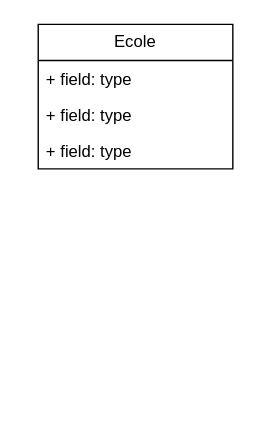
The draw.io diagram gestion_ecole.drawio in johandeschamps/gestion_ecole, before the edit. Source tidied: cells renumbered, new cells numbered last; positions are measured from the earlier drawing's top-left corner, leaving out a move shared by most shapes. Both pictures are drawn from the tidied source at 139%, with x=0, y=0 at pixel (38, 24).
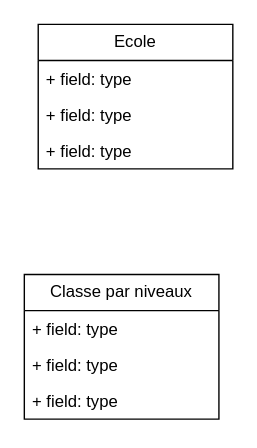
The same page after the edit.

Commit message (it also covers changes not shown here):
Mettre à jour gestion_ecole.drawio

What changed in the source:
```diff
@@
 <mxGraphModel>
   <root>
     <mxCell id="0" />
     <mxCell id="1" parent="0" />
     <mxCell id="2" value="Ecole" style="swimlane;fontStyle=0;horizontal=1;startSize=26;fillColor=none;whiteSpace=wrap;html=1;" parent="1" vertex="1">
       <mxGeometry width="140" height="104" as="geometry" />
     </mxCell>
     <mxCell id="3" value="+ field: type" style="text;strokeColor=none;fillColor=none;align=left;verticalAlign=top;spacingLeft=4;spacingRight=4;overflow=hidden;whiteSpace=wrap;html=1;" parent="2" vertex="1">
       <mxGeometry y="26" width="140" height="26" as="geometry" />
     </mxCell>
     <mxCell id="4" value="+ field: type" style="text;strokeColor=none;fillColor=none;align=left;verticalAlign=top;spacingLeft=4;spacingRight=4;overflow=hidden;whiteSpace=wrap;html=1;" parent="2" vertex="1">
       <mxGeometry y="52" width="140" height="26" as="geometry" />
     </mxCell>
     <mxCell id="5" value="+ field: type" style="text;strokeColor=none;fillColor=none;align=left;verticalAlign=top;spacingLeft=4;spacingRight=4;overflow=hidden;whiteSpace=wrap;html=1;" parent="2" vertex="1">
       <mxGeometry y="78" width="140" height="26" as="geometry" />
     </mxCell>
+    <mxCell id="6" value="Classe par niveaux" style="swimlane;fontStyle=0;horizontal=1;startSize=26;fillColor=none;whiteSpace=wrap;html=1;" parent="1" vertex="1">
+      <mxGeometry x="-10" y="180" width="140" height="104" as="geometry" />
+    </mxCell>
+    <mxCell id="7" value="+ field: type" style="text;strokeColor=none;fillColor=none;align=left;verticalAlign=top;spacingLeft=4;spacingRight=4;overflow=hidden;whiteSpace=wrap;html=1;" parent="6" vertex="1">
+      <mxGeometry y="26" width="140" height="26" as="geometry" />
+    </mxCell>
+    <mxCell id="8" value="+ field: type" style="text;strokeColor=none;fillColor=none;align=left;verticalAlign=top;spacingLeft=4;spacingRight=4;overflow=hidden;whiteSpace=wrap;html=1;" parent="6" vertex="1">
+      <mxGeometry y="52" width="140" height="26" as="geometry" />
+    </mxCell>
+    <mxCell id="9" value="+ field: type" style="text;strokeColor=none;fillColor=none;align=left;verticalAlign=top;spacingLeft=4;spacingRight=4;overflow=hidden;whiteSpace=wrap;html=1;" parent="6" vertex="1">
+      <mxGeometry y="78" width="140" height="26" as="geometry" />
+    </mxCell>
   </root>
 </mxGraphModel>
```
